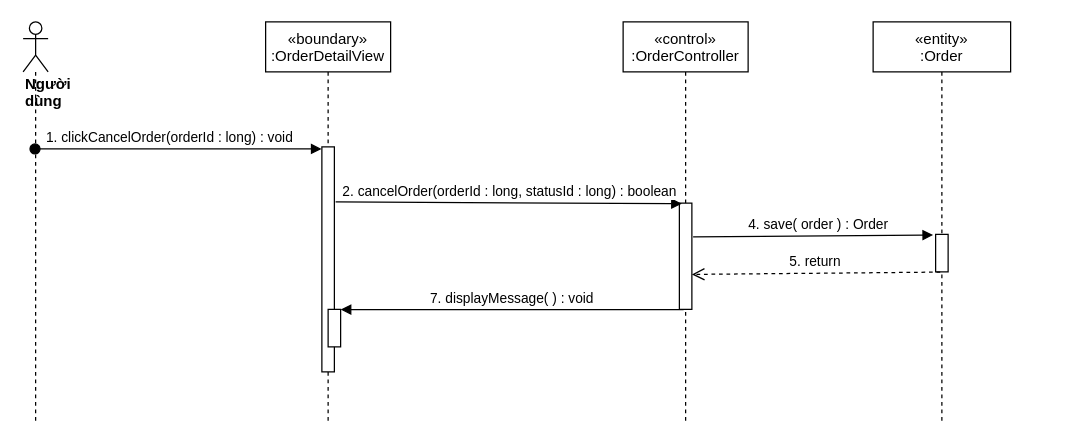
Earlier version of the draw.io diagram sequence diagram/cancel-Order-sequence.drawio (nguyenphamvan/datn_20202). Source tidied: cells renumbered, new cells numbered last; positions are measured from the earlier drawing's top-left corner, leaving out a move shared by most shapes. Both pictures are drawn from the tidied source at 125%, with x=0, y=0 at pixel (22, 21).
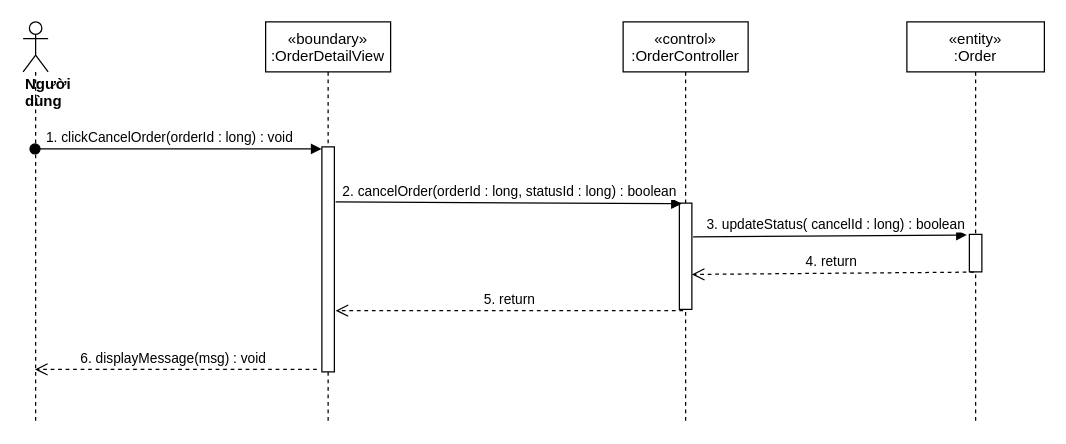
The same diagram, later.

Diff of the diagram source:
```diff
@@
 <mxGraphModel>
   <root>
     <mxCell id="0" />
     <mxCell id="1" parent="0" />
     <mxCell id="2" value="«boundary»&#10;:OrderDetailView" style="shape=umlLifeline;perimeter=lifelinePerimeter;rounded=0;shadow=0;strokeWidth=1;" parent="1" vertex="1">
       <mxGeometry x="194" width="100" height="320" as="geometry" />
     </mxCell>
     <mxCell id="3" style="points=[];perimeter=orthogonalPerimeter;rounded=0;shadow=0;strokeWidth=1;" parent="2" vertex="1">
       <mxGeometry x="45" y="100" width="10" height="180" as="geometry" />
     </mxCell>
-    <mxCell id="4" style="html=1;points=[];perimeter=orthogonalPerimeter;" parent="2" vertex="1">
-      <mxGeometry x="50" y="230" width="10" height="30" as="geometry" />
-    </mxCell>
     <mxCell id="5" value="«control»&#10;:OrderController" style="shape=umlLifeline;perimeter=lifelinePerimeter;rounded=0;shadow=0;strokeWidth=1;" parent="1" vertex="1">
       <mxGeometry x="480" width="100" height="320" as="geometry" />
     </mxCell>
     <mxCell id="6" style="points=[];perimeter=orthogonalPerimeter;rounded=0;shadow=0;strokeWidth=1;" parent="5" vertex="1">
       <mxGeometry x="45" y="145" width="10" height="85" as="geometry" />
     </mxCell>
     <mxCell id="7" value="&lt;div&gt;&lt;b&gt;Người dùng&lt;/b&gt;&lt;/div&gt;" style="shape=umlLifeline;participant=umlActor;perimeter=lifelinePerimeter;whiteSpace=wrap;html=1;verticalAlign=top;spacingTop=36;outlineConnect=0;align=left;" parent="1" vertex="1">
       <mxGeometry width="20" height="320" as="geometry" />
     </mxCell>
     <mxCell id="8" value="1. clickCancelOrder(orderId : long) : void" style="verticalAlign=bottom;startArrow=oval;endArrow=block;startSize=8;shadow=0;strokeWidth=1;entryX=-0.02;entryY=0.009;entryDx=0;entryDy=0;entryPerimeter=0;" parent="1" edge="1" source="7" target="3">
       <mxGeometry x="-0.06" relative="1" as="geometry" />
     </mxCell>
     <mxCell id="9" value="2. cancelOrder(orderId : long, statusId : long) : boolean" style="html=1;verticalAlign=bottom;endArrow=block;exitX=1.1;exitY=0.244;exitDx=0;exitDy=0;exitPerimeter=0;entryX=0.2;entryY=0.006;entryDx=0;entryDy=0;entryPerimeter=0;" parent="1" edge="1" source="3" target="6">
       <mxGeometry relative="1" as="geometry" />
     </mxCell>
     <mxCell id="10" value="«entity»&#10;:Order" style="shape=umlLifeline;perimeter=lifelinePerimeter;rounded=0;shadow=0;strokeWidth=1;" parent="1" vertex="1">
-      <mxGeometry x="680" width="110" height="320" as="geometry" />
+      <mxGeometry x="707" width="110" height="320" as="geometry" />
     </mxCell>
     <mxCell id="11" style="points=[];perimeter=orthogonalPerimeter;rounded=0;shadow=0;strokeWidth=1;" parent="10" vertex="1">
       <mxGeometry x="50" y="170" width="10" height="30" as="geometry" />
     </mxCell>
-    <mxCell id="12" value="4. save( order ) : Order" style="html=1;verticalAlign=bottom;endArrow=block;entryX=-0.2;entryY=0.017;entryDx=0;entryDy=0;entryPerimeter=0;exitX=1.1;exitY=0.318;exitDx=0;exitDy=0;exitPerimeter=0;" parent="1" edge="1" source="6" target="11">
+    <mxCell id="12" value="3. updateStatus( cancelId : long) : boolean" style="html=1;verticalAlign=bottom;endArrow=block;entryX=-0.2;entryY=0.017;entryDx=0;entryDy=0;entryPerimeter=0;exitX=1.1;exitY=0.318;exitDx=0;exitDy=0;exitPerimeter=0;" parent="1" edge="1" source="6" target="11">
       <mxGeometry x="0.04" relative="1" as="geometry" />
     </mxCell>
-    <mxCell id="13" value="5. return&amp;nbsp;" style="html=1;verticalAlign=bottom;endArrow=open;dashed=1;endSize=8;exitX=0.367;exitY=1.006;exitDx=0;exitDy=0;exitPerimeter=0;entryX=1;entryY=0.671;entryDx=0;entryDy=0;entryPerimeter=0;" parent="1" edge="1" source="11" target="6">
+    <mxCell id="13" value="4. return&amp;nbsp;" style="html=1;verticalAlign=bottom;endArrow=open;dashed=1;endSize=8;exitX=0.367;exitY=1.006;exitDx=0;exitDy=0;exitPerimeter=0;entryX=1;entryY=0.671;entryDx=0;entryDy=0;entryPerimeter=0;" parent="1" edge="1" source="11" target="6">
       <mxGeometry relative="1" as="geometry" />
     </mxCell>
-    <mxCell id="14" value="7. displayMessage( ) : void" style="verticalAlign=bottom;endArrow=block;shadow=0;strokeWidth=1;exitX=0.34;exitY=1.002;exitDx=0;exitDy=0;exitPerimeter=0;" parent="1" edge="1" source="6" target="4">
-      <mxGeometry relative="1" as="geometry" />
-    </mxCell>
+    <mxCell id="15" value="&lt;span style=&quot;color: rgb(0 , 0 , 0) ; font-family: &amp;#34;helvetica&amp;#34; ; font-size: 11px ; font-style: normal ; font-weight: 400 ; letter-spacing: normal ; text-align: center ; text-indent: 0px ; text-transform: none ; word-spacing: 0px ; background-color: rgb(255 , 255 , 255) ; display: inline ; float: none&quot;&gt;6. displayMessage(msg) : void&lt;/span&gt;" style="html=1;verticalAlign=bottom;endArrow=open;dashed=1;endSize=8;exitX=-0.4;exitY=0.989;exitDx=0;exitDy=0;exitPerimeter=0;" parent="1" edge="1" source="3" target="7">
+      <mxGeometry x="0.02" relative="1" as="geometry" />
+    </mxCell>
+    <mxCell id="16" value="5. return" style="html=1;verticalAlign=bottom;endArrow=open;dashed=1;endSize=8;entryX=1.1;entryY=0.728;entryDx=0;entryDy=0;entryPerimeter=0;exitX=0.3;exitY=1.012;exitDx=0;exitDy=0;exitPerimeter=0;" parent="1" edge="1" source="6" target="3">
+      <mxGeometry relative="1" as="geometry" />
+    </mxCell>
   </root>
 </mxGraphModel>
```
